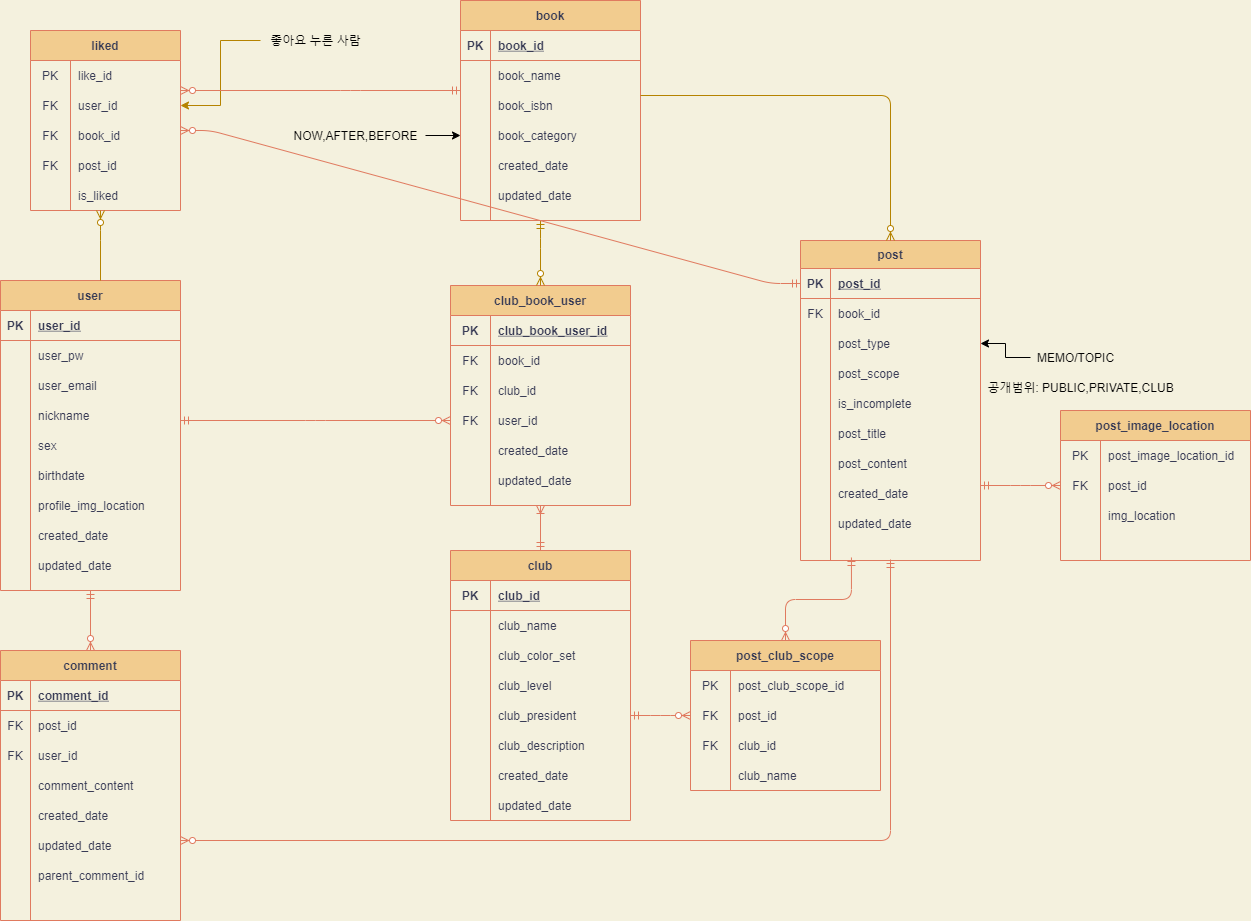
The draw.io diagram mangpoERD.png in CYC0227/mangpo-ERD, before a commit. Source tidied: cells renumbered, new cells last; positions are measured from the earlier drawing's top-left corner, leaving out a move shared by most shapes.
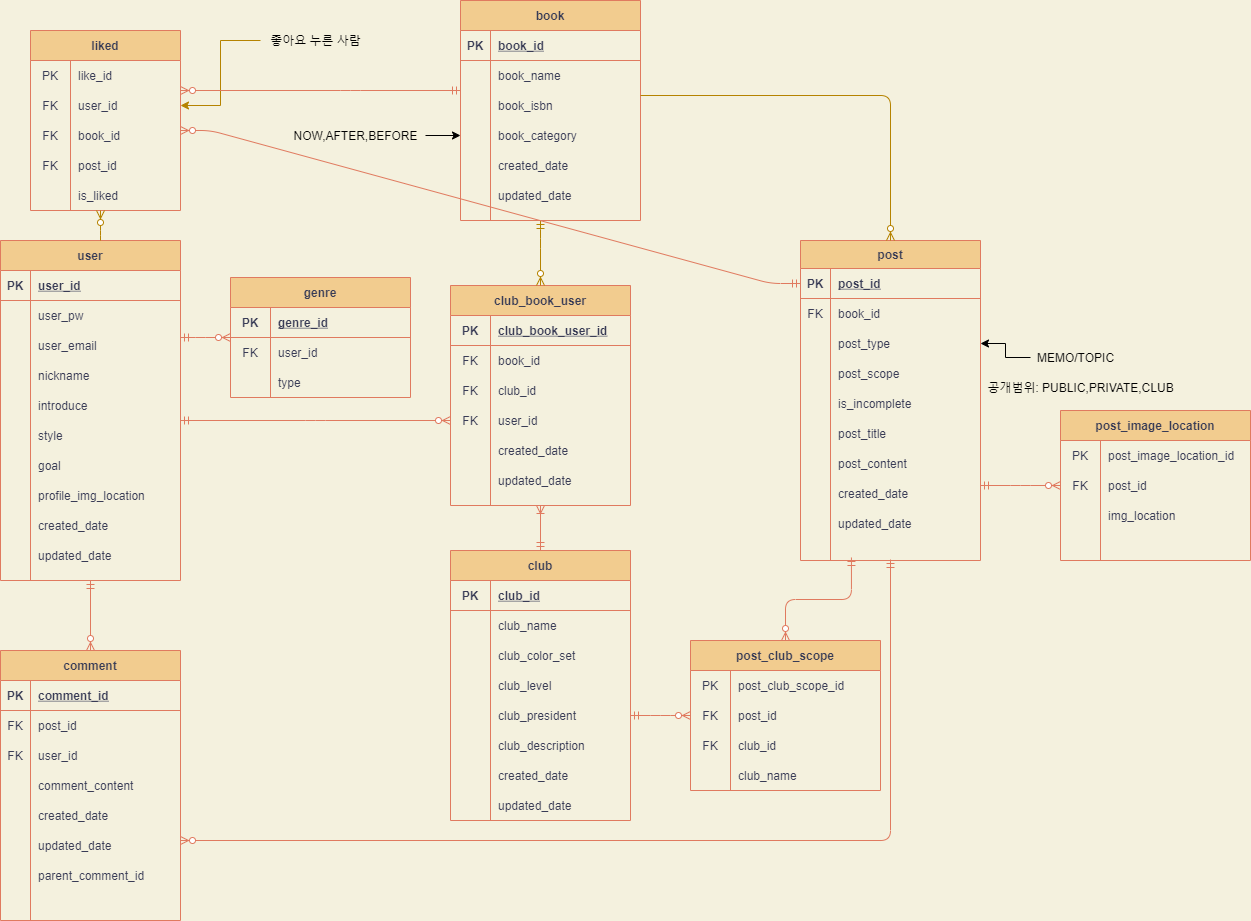
The same diagram one commit later.

Diff of the diagram source:
```diff
@@ -3,7 +3,7 @@
     <mxCell id="0" />
     <mxCell id="1" parent="0" />
     <mxCell id="2" value="user" style="shape=table;startSize=30;rowLines=0;fontStyle=1;align=center;fillColor=#F2CC8F;strokeColor=#E07A5F;fontColor=#393C56;" parent="1" vertex="1">
-      <mxGeometry y="280" width="180" height="310" as="geometry" />
+      <mxGeometry y="240" width="180" height="340" as="geometry" />
     </mxCell>
     <mxCell id="3" style="shape=partialRectangle;fillColor=none;top=0;left=0;bottom=1;right=0;strokeColor=#E07A5F;fontColor=#393C56;" parent="2" vertex="1">
       <mxGeometry y="30" width="180" height="30" as="geometry" />
@@ -44,23 +44,32 @@
     <mxCell id="15" style="shape=partialRectangle;fillColor=none;top=0;left=0;bottom=0;right=0;strokeColor=#E07A5F;fontColor=#393C56;" parent="2" vertex="1">
       <mxGeometry y="150" width="180" height="30" as="geometry" />
     </mxCell>
-    <mxCell id="16" style="shape=partialRectangle;fillColor=none;top=0;left=0;bottom=0;right=0;overflow=hidden;strokeColor=#E07A5F;fontColor=#393C56;" parent="15" vertex="1">
-      <mxGeometry width="30" height="30" as="geometry" />
-    </mxCell>
-    <mxCell id="17" value="sex" style="shape=partialRectangle;fillColor=none;top=0;left=0;bottom=0;right=0;align=left;spacingLeft=6;overflow=hidden;strokeColor=#E07A5F;fontColor=#393C56;" parent="15" vertex="1">
-      <mxGeometry x="30" width="150" height="30" as="geometry" />
-    </mxCell>
+    <mxCell id="208" style="shape=partialRectangle;fillColor=none;top=0;left=0;bottom=0;right=0;overflow=hidden;strokeColor=#E07A5F;fontColor=#393C56;" parent="15" vertex="1">
+      <mxGeometry width="30" height="30" as="geometry" />
+    </mxCell>
+    <mxCell id="209" value="introduce" style="shape=partialRectangle;fillColor=none;top=0;left=0;bottom=0;right=0;align=left;spacingLeft=6;overflow=hidden;strokeColor=#E07A5F;fontColor=#393C56;" parent="15" vertex="1">
+      <mxGeometry x="30" width="150" height="30" as="geometry" />
+    </mxCell>
     <mxCell id="18" style="shape=partialRectangle;fillColor=none;top=0;left=0;bottom=0;right=0;strokeColor=#E07A5F;fontColor=#393C56;" parent="2" vertex="1">
       <mxGeometry y="180" width="180" height="30" as="geometry" />
     </mxCell>
-    <mxCell id="19" style="shape=partialRectangle;fillColor=none;top=0;left=0;bottom=0;right=0;overflow=hidden;strokeColor=#E07A5F;fontColor=#393C56;" parent="18" vertex="1">
-      <mxGeometry width="30" height="30" as="geometry" />
-    </mxCell>
-    <mxCell id="20" value="birthdate" style="shape=partialRectangle;fillColor=none;top=0;left=0;bottom=0;right=0;align=left;spacingLeft=6;overflow=hidden;strokeColor=#E07A5F;fontColor=#393C56;" parent="18" vertex="1">
-      <mxGeometry x="30" width="150" height="30" as="geometry" />
-    </mxCell>
+    <mxCell id="210" style="shape=partialRectangle;fillColor=none;top=0;left=0;bottom=0;right=0;overflow=hidden;strokeColor=#E07A5F;fontColor=#393C56;" parent="18" vertex="1">
+      <mxGeometry width="30" height="30" as="geometry" />
+    </mxCell>
+    <mxCell id="211" value="style" style="shape=partialRectangle;fillColor=none;top=0;left=0;bottom=0;right=0;align=left;spacingLeft=6;overflow=hidden;strokeColor=#E07A5F;fontColor=#393C56;" parent="18" vertex="1">
+      <mxGeometry x="30" width="150" height="30" as="geometry" />
+    </mxCell>
+    <mxCell id="212" style="shape=partialRectangle;fillColor=none;top=0;left=0;bottom=0;right=0;strokeColor=#E07A5F;fontColor=#393C56;" parent="2" vertex="1">
+      <mxGeometry y="210" width="180" height="30" as="geometry" />
+    </mxCell>
+    <mxCell id="213" style="shape=partialRectangle;fillColor=none;top=0;left=0;bottom=0;right=0;overflow=hidden;strokeColor=#E07A5F;fontColor=#393C56;" parent="212" vertex="1">
+      <mxGeometry width="30" height="30" as="geometry" />
+    </mxCell>
+    <mxCell id="214" value="goal" style="shape=partialRectangle;fillColor=none;top=0;left=0;bottom=0;right=0;align=left;spacingLeft=6;overflow=hidden;strokeColor=#E07A5F;fontColor=#393C56;" parent="212" vertex="1">
+      <mxGeometry x="30" width="150" height="30" as="geometry" />
+    </mxCell>
     <mxCell id="21" style="shape=partialRectangle;fillColor=none;top=0;left=0;bottom=0;right=0;strokeColor=#E07A5F;fontColor=#393C56;" parent="2" vertex="1">
-      <mxGeometry y="210" width="180" height="30" as="geometry" />
+      <mxGeometry y="240" width="180" height="30" as="geometry" />
     </mxCell>
     <mxCell id="22" style="shape=partialRectangle;fillColor=none;top=0;left=0;bottom=0;right=0;overflow=hidden;strokeColor=#E07A5F;fontColor=#393C56;" parent="21" vertex="1">
       <mxGeometry width="30" height="30" as="geometry" />
@@ -69,7 +78,7 @@
       <mxGeometry x="30" width="150" height="30" as="geometry" />
     </mxCell>
     <mxCell id="24" style="shape=partialRectangle;fillColor=none;top=0;left=0;bottom=0;right=0;strokeColor=#E07A5F;fontColor=#393C56;" parent="2" vertex="1">
-      <mxGeometry y="240" width="180" height="30" as="geometry" />
+      <mxGeometry y="270" width="180" height="30" as="geometry" />
     </mxCell>
     <mxCell id="25" style="shape=partialRectangle;fillColor=none;top=0;left=0;bottom=0;right=0;overflow=hidden;strokeColor=#E07A5F;fontColor=#393C56;" parent="24" vertex="1">
       <mxGeometry width="30" height="30" as="geometry" />
@@ -78,7 +87,7 @@
       <mxGeometry x="30" width="150" height="30" as="geometry" />
     </mxCell>
     <mxCell id="27" style="shape=partialRectangle;fillColor=none;top=0;left=0;bottom=0;right=0;strokeColor=#E07A5F;fontColor=#393C56;" parent="2" vertex="1">
-      <mxGeometry y="270" width="180" height="30" as="geometry" />
+      <mxGeometry y="300" width="180" height="30" as="geometry" />
     </mxCell>
     <mxCell id="28" style="shape=partialRectangle;fillColor=none;top=0;left=0;bottom=0;right=0;overflow=hidden;strokeColor=#E07A5F;fontColor=#393C56;" parent="27" vertex="1">
       <mxGeometry width="30" height="30" as="geometry" />
@@ -656,5 +665,38 @@
     <mxCell id="207" style="edgeStyle=elbowEdgeStyle;fontSize=12;html=1;endArrow=ERzeroToMany;startArrow=ERmandOne;strokeColor=#E07A5F;fontColor=#393C56;labelBackgroundColor=#F4F1DE;elbow=vertical;" parent="1" edge="1" source="30" target="194">
       <mxGeometry relative="1" as="geometry" />
     </mxCell>
+    <mxCell id="215" value="genre" style="shape=table;startSize=30;rowLines=0;fontStyle=1;align=center;fillColor=#F2CC8F;strokeColor=#E07A5F;fontColor=#393C56;" parent="1" vertex="1">
+      <mxGeometry x="230" y="277" width="180" height="120" as="geometry" />
+    </mxCell>
+    <mxCell id="216" style="shape=partialRectangle;fillColor=none;top=0;left=0;bottom=1;right=0;strokeColor=#E07A5F;fontColor=#393C56;" parent="215" vertex="1">
+      <mxGeometry y="30" width="180" height="30" as="geometry" />
+    </mxCell>
+    <mxCell id="217" value="PK" style="shape=partialRectangle;fillColor=none;top=0;left=0;bottom=0;right=0;fontStyle=1;overflow=hidden;strokeColor=#E07A5F;fontColor=#393C56;" parent="216" vertex="1">
+      <mxGeometry width="40" height="30" as="geometry" />
+    </mxCell>
+    <mxCell id="218" value="genre_id" style="shape=partialRectangle;fillColor=none;top=0;left=0;bottom=0;right=0;align=left;spacingLeft=6;fontStyle=5;overflow=hidden;strokeColor=#E07A5F;fontColor=#393C56;" parent="216" vertex="1">
+      <mxGeometry x="40" width="140" height="30" as="geometry" />
+    </mxCell>
+    <mxCell id="219" style="shape=partialRectangle;fillColor=none;top=0;left=0;bottom=0;right=0;strokeColor=#E07A5F;fontColor=#393C56;" parent="215" vertex="1">
+      <mxGeometry y="60" width="180" height="30" as="geometry" />
+    </mxCell>
+    <mxCell id="220" value="FK" style="shape=partialRectangle;fillColor=none;top=0;left=0;bottom=0;right=0;overflow=hidden;strokeColor=#E07A5F;fontColor=#393C56;" parent="219" vertex="1">
+      <mxGeometry width="40" height="30" as="geometry" />
+    </mxCell>
+    <mxCell id="221" value="user_id" style="shape=partialRectangle;fillColor=none;top=0;left=0;bottom=0;right=0;align=left;spacingLeft=6;overflow=hidden;strokeColor=#E07A5F;fontColor=#393C56;" parent="219" vertex="1">
+      <mxGeometry x="40" width="140" height="30" as="geometry" />
+    </mxCell>
+    <mxCell id="222" style="shape=partialRectangle;fillColor=none;top=0;left=0;bottom=0;right=0;strokeColor=#E07A5F;fontColor=#393C56;" parent="215" vertex="1">
+      <mxGeometry y="90" width="180" height="30" as="geometry" />
+    </mxCell>
+    <mxCell id="223" style="shape=partialRectangle;fillColor=none;top=0;left=0;bottom=0;right=0;overflow=hidden;strokeColor=#E07A5F;fontColor=#393C56;" parent="222" vertex="1">
+      <mxGeometry width="40" height="30" as="geometry" />
+    </mxCell>
+    <mxCell id="224" value="type" style="shape=partialRectangle;fillColor=none;top=0;left=0;bottom=0;right=0;align=left;spacingLeft=6;overflow=hidden;strokeColor=#E07A5F;fontColor=#393C56;" parent="222" vertex="1">
+      <mxGeometry x="40" width="140" height="30" as="geometry" />
+    </mxCell>
+    <mxCell id="225" style="edgeStyle=elbowEdgeStyle;fontSize=12;html=1;endArrow=ERzeroToMany;startArrow=ERmandOne;strokeColor=#E07A5F;fontColor=#393C56;labelBackgroundColor=#F4F1DE;elbow=vertical;" parent="1" edge="1" source="2" target="215">
+      <mxGeometry relative="1" as="geometry" />
+    </mxCell>
   </root>
 </mxGraphModel>
```
